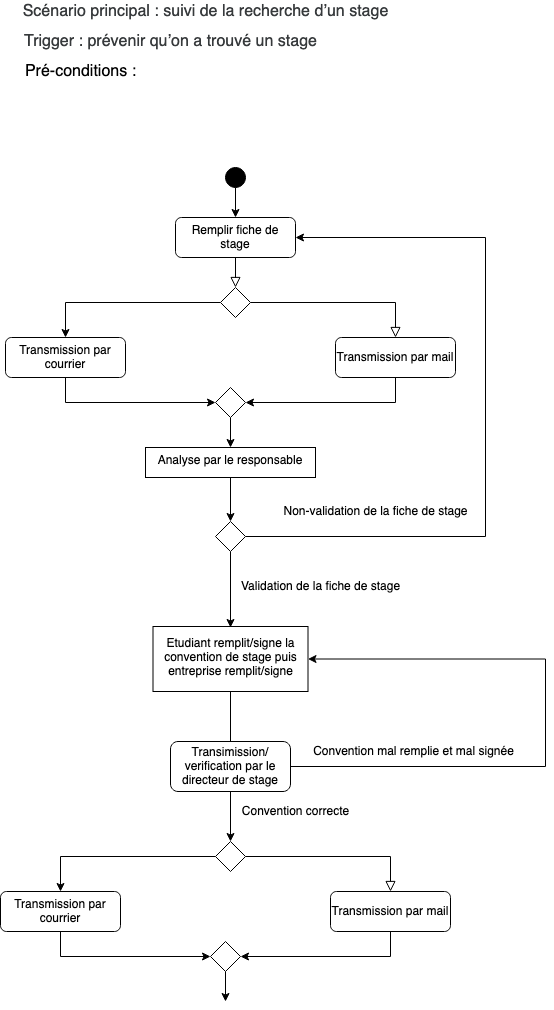
Above: scenario.drawio.png in adamspd/outils-ingenierie (draw.io), before the change. Source tidied: cells renumbered, new cells last; positions are measured from the earlier drawing's top-left corner, leaving out a move shared by most shapes.
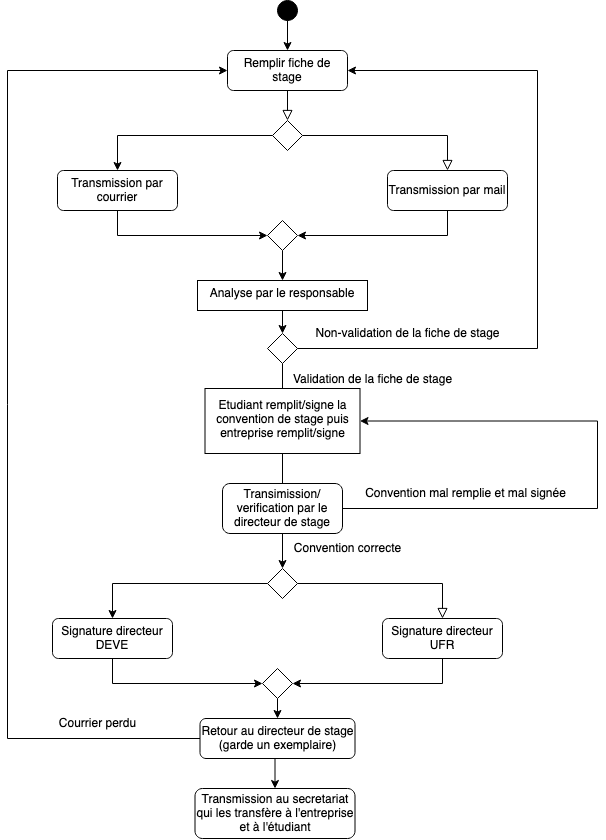
After the change.

What changed in the source:
```diff
@@ -6,7 +6,7 @@
       <mxGeometry relative="1" as="geometry" />
     </mxCell>
     <mxCell id="3" value="Remplir fiche de stage" style="rounded=1;whiteSpace=wrap;html=1;fontSize=12;glass=0;strokeWidth=1;shadow=0;" parent="1" vertex="1">
-      <mxGeometry x="175" y="216" width="120" height="40" as="geometry" />
+      <mxGeometry x="175" y="237" width="120" height="40" as="geometry" />
     </mxCell>
     <mxCell id="4" style="edgeStyle=orthogonalEdgeStyle;rounded=0;html=1;jettySize=auto;fontSize=11;endArrow=block;endFill=0;endSize=8;strokeWidth=1;shadow=0;labelBackgroundColor=none;" parent="1" edge="1" source="6" target="8">
       <mxGeometry y="10" relative="1" as="geometry" />
@@ -14,43 +14,43 @@
     <mxCell id="5" style="edgeStyle=orthogonalEdgeStyle;rounded=0;jettySize=auto;html=1;entryX=0.5;entryY=0;entryDx=0;entryDy=0;" parent="1" edge="1" source="6" target="12">
       <mxGeometry relative="1" as="geometry">
         <Array as="points">
-          <mxPoint x="65" y="301" />
+          <mxPoint x="65" y="322" />
         </Array>
       </mxGeometry>
     </mxCell>
     <mxCell id="6" style="rhombus;whiteSpace=wrap;html=1;shadow=0;fontFamily=Helvetica;fontSize=12;align=center;strokeWidth=1;spacing=6;spacingTop=-4;" parent="1" vertex="1">
-      <mxGeometry x="220" y="286" width="30" height="30" as="geometry" />
+      <mxGeometry x="220" y="307" width="30" height="30" as="geometry" />
     </mxCell>
     <mxCell id="7" style="edgeStyle=orthogonalEdgeStyle;rounded=0;jettySize=auto;html=1;exitX=0.5;exitY=1;exitDx=0;exitDy=0;entryX=1;entryY=0.5;entryDx=0;entryDy=0;" parent="1" edge="1" source="8" target="14">
       <mxGeometry relative="1" as="geometry" />
     </mxCell>
     <mxCell id="8" value="Transmission par mail" style="rounded=1;whiteSpace=wrap;html=1;fontSize=12;glass=0;strokeWidth=1;shadow=0;" parent="1" vertex="1">
-      <mxGeometry x="335" y="336" width="120" height="40" as="geometry" />
+      <mxGeometry x="335" y="357" width="120" height="40" as="geometry" />
     </mxCell>
     <mxCell id="9" style="edgeStyle=orthogonalEdgeStyle;rounded=0;jettySize=auto;html=1;" parent="1" edge="1" source="10" target="3">
       <mxGeometry relative="1" as="geometry" />
     </mxCell>
     <mxCell id="10" style="ellipse;whiteSpace=wrap;html=1;rounded=1;shadow=0;strokeWidth=1;glass=0;fillColor=#000000;" parent="1" vertex="1">
-      <mxGeometry x="225" y="166" width="20" height="20" as="geometry" />
+      <mxGeometry x="225" y="187" width="20" height="20" as="geometry" />
     </mxCell>
     <mxCell id="11" style="edgeStyle=orthogonalEdgeStyle;rounded=0;jettySize=auto;html=1;exitX=0.5;exitY=1;exitDx=0;exitDy=0;entryX=0;entryY=0.5;entryDx=0;entryDy=0;" parent="1" edge="1" source="12" target="14">
       <mxGeometry relative="1" as="geometry" />
     </mxCell>
     <mxCell id="12" value="Transmission par courrier" style="rounded=1;whiteSpace=wrap;html=1;fontSize=12;glass=0;strokeWidth=1;shadow=0;" parent="1" vertex="1">
-      <mxGeometry x="5" y="336" width="120" height="40" as="geometry" />
+      <mxGeometry x="5" y="357" width="120" height="40" as="geometry" />
     </mxCell>
     <mxCell id="13" style="edgeStyle=orthogonalEdgeStyle;rounded=0;jettySize=auto;html=1;fontSize=12;" parent="1" edge="1" source="14" target="25">
       <mxGeometry relative="1" as="geometry" />
     </mxCell>
     <mxCell id="14" style="rhombus;whiteSpace=wrap;html=1;shadow=0;fontFamily=Helvetica;fontSize=12;align=center;strokeWidth=1;spacing=6;spacingTop=-4;" parent="1" vertex="1">
-      <mxGeometry x="215" y="386" width="30" height="30" as="geometry" />
+      <mxGeometry x="215" y="407" width="30" height="30" as="geometry" />
     </mxCell>
     <mxCell id="15" style="edgeStyle=orthogonalEdgeStyle;rounded=0;jettySize=auto;html=1;exitX=1;exitY=0.5;exitDx=0;exitDy=0;entryX=1;entryY=0.5;entryDx=0;entryDy=0;" parent="1" edge="1" target="3">
       <mxGeometry relative="1" as="geometry">
         <mxPoint x="245" y="535" as="sourcePoint" />
         <Array as="points">
           <mxPoint x="485" y="535" />
-          <mxPoint x="485" y="236" />
+          <mxPoint x="485" y="257" />
         </Array>
       </mxGeometry>
     </mxCell>
@@ -63,37 +63,28 @@
       <mxGeometry x="215" y="520" width="30" height="30" as="geometry" />
     </mxCell>
     <mxCell id="18" value="&lt;div&gt;Non-validation de la fiche de stage &lt;br&gt;&lt;/div&gt;" style="text;html=1;align=center;verticalAlign=middle;strokeColor=none;fillColor=none;" parent="1" vertex="1">
-      <mxGeometry x="275" y="500" width="200" height="20" as="geometry" />
+      <mxGeometry x="255" y="510" width="200" height="20" as="geometry" />
     </mxCell>
-    <mxCell id="19" value="&lt;font style=&quot;font-size: 18px&quot;&gt;&lt;span style=&quot;font-size: 12pt ; font-family: &amp;#34;roboto&amp;#34; , sans-serif ; color: rgb(55 , 58 , 60) ; background-color: transparent ; font-weight: 400 ; font-style: normal ; font-variant: normal ; text-decoration: none ; vertical-align: baseline&quot; id=&quot;docs-internal-guid-2315f3f0-7fff-ca5e-1ef0-04142d9a7859&quot;&gt;Scénario principal : suivi de la recherche d’un stage&lt;/span&gt;&lt;/font&gt;" style="text;html=1;align=center;verticalAlign=middle;strokeColor=none;fillColor=none;" parent="1" vertex="1">
-      <mxGeometry x="15" width="380" height="20" as="geometry" />
-    </mxCell>
-    <mxCell id="20" value="&lt;font style=&quot;font-size: 18px&quot;&gt;&lt;span style=&quot;font-size: 12pt ; font-family: &amp;#34;roboto&amp;#34; , sans-serif ; color: rgb(55 , 58 , 60) ; background-color: transparent ; font-weight: 400 ; font-style: normal ; font-variant: normal ; text-decoration: none ; vertical-align: baseline&quot; id=&quot;docs-internal-guid-c45b90e8-7fff-4aa6-fac8-b19dbd367f1d&quot;&gt;Trigger : prévenir qu’on a trouvé un stage&lt;/span&gt;&lt;/font&gt;" style="text;html=1;align=center;verticalAlign=middle;strokeColor=none;fillColor=none;" parent="1" vertex="1">
-      <mxGeometry x="15" y="30" width="310" height="20" as="geometry" />
-    </mxCell>
-    <mxCell id="21" value="&lt;font size=&quot;3&quot;&gt;Pré-conditions : &lt;br&gt;&lt;/font&gt;" style="text;html=1;align=center;verticalAlign=middle;strokeColor=none;fillColor=none;" parent="1" vertex="1">
-      <mxGeometry x="15" y="60" width="130" height="20" as="geometry" />
-    </mxCell>
     <mxCell id="22" value="Etudiant remplit/signe la convention de stage puis entreprise remplit/signe" style="whiteSpace=wrap;html=1;shadow=0;strokeWidth=1;spacing=6;spacingTop=-4;" parent="1" vertex="1">
-      <mxGeometry x="152.5" y="625" width="155" height="65" as="geometry" />
+      <mxGeometry x="152.5" y="575" width="155" height="65" as="geometry" />
     </mxCell>
     <mxCell id="23" value="&lt;div&gt;Validation de la fiche de stage &lt;br&gt;&lt;/div&gt;" style="text;html=1;align=center;verticalAlign=middle;strokeColor=none;fillColor=none;" parent="1" vertex="1">
-      <mxGeometry x="235" y="575" width="170" height="20" as="geometry" />
+      <mxGeometry x="235" y="556" width="170" height="20" as="geometry" />
     </mxCell>
     <mxCell id="24" style="edgeStyle=orthogonalEdgeStyle;rounded=0;jettySize=auto;html=1;exitX=0.5;exitY=1;exitDx=0;exitDy=0;entryX=0.5;entryY=0;entryDx=0;entryDy=0;fontSize=12;" parent="1" edge="1" source="25" target="17">
       <mxGeometry relative="1" as="geometry" />
     </mxCell>
     <mxCell id="25" value="Analyse par le responsable" style="whiteSpace=wrap;html=1;shadow=0;strokeWidth=1;spacing=6;spacingTop=-4;" parent="1" vertex="1">
-      <mxGeometry x="145" y="446" width="170" height="30" as="geometry" />
+      <mxGeometry x="145" y="467" width="170" height="30" as="geometry" />
     </mxCell>
     <mxCell id="26" style="edgeStyle=orthogonalEdgeStyle;rounded=0;orthogonalLoop=1;jettySize=auto;html=1;exitX=0.5;exitY=1;exitDx=0;exitDy=0;fontSize=12;" parent="1" edge="1">
       <mxGeometry relative="1" as="geometry">
-        <mxPoint x="230" y="690" as="sourcePoint" />
-        <mxPoint x="230" y="750" as="targetPoint" />
+        <mxPoint x="230" y="640" as="sourcePoint" />
+        <mxPoint x="230" y="700" as="targetPoint" />
       </mxGeometry>
     </mxCell>
     <mxCell id="27" value="Convention mal remplie et mal signée" style="text;html=1;align=center;verticalAlign=middle;strokeColor=none;fillColor=none;fontSize=12;" parent="1" vertex="1">
-      <mxGeometry x="302.5" y="740" width="220" height="20" as="geometry" />
+      <mxGeometry x="302.5" y="670" width="220" height="20" as="geometry" />
     </mxCell>
     <mxCell id="28" style="edgeStyle=orthogonalEdgeStyle;rounded=0;html=1;jettySize=auto;fontSize=11;endArrow=block;endFill=0;endSize=8;strokeWidth=1;shadow=0;labelBackgroundColor=none;" parent="1" edge="1" source="30" target="32">
       <mxGeometry y="10" relative="1" as="geometry" />
@@ -101,32 +92,30 @@
     <mxCell id="29" style="edgeStyle=orthogonalEdgeStyle;rounded=0;jettySize=auto;html=1;entryX=0.5;entryY=0;entryDx=0;entryDy=0;" parent="1" edge="1" source="30" target="34">
       <mxGeometry relative="1" as="geometry">
         <Array as="points">
-          <mxPoint x="60" y="855" />
+          <mxPoint x="60" y="770" />
         </Array>
       </mxGeometry>
     </mxCell>
     <mxCell id="30" style="rhombus;whiteSpace=wrap;html=1;shadow=0;fontFamily=Helvetica;fontSize=12;align=center;strokeWidth=1;spacing=6;spacingTop=-4;" parent="1" vertex="1">
-      <mxGeometry x="215" y="840" width="30" height="30" as="geometry" />
+      <mxGeometry x="215" y="755" width="30" height="30" as="geometry" />
     </mxCell>
     <mxCell id="31" style="edgeStyle=orthogonalEdgeStyle;rounded=0;jettySize=auto;html=1;exitX=0.5;exitY=1;exitDx=0;exitDy=0;entryX=1;entryY=0.5;entryDx=0;entryDy=0;" parent="1" edge="1" source="32" target="36">
       <mxGeometry relative="1" as="geometry" />
     </mxCell>
-    <mxCell id="32" value="Transmission par mail" style="rounded=1;whiteSpace=wrap;html=1;fontSize=12;glass=0;strokeWidth=1;shadow=0;" parent="1" vertex="1">
-      <mxGeometry x="330" y="890" width="120" height="40" as="geometry" />
+    <mxCell id="32" value="Signature directeur UFR" style="rounded=1;whiteSpace=wrap;html=1;fontSize=12;glass=0;strokeWidth=1;shadow=0;" parent="1" vertex="1">
+      <mxGeometry x="330" y="805" width="120" height="40" as="geometry" />
     </mxCell>
     <mxCell id="33" style="edgeStyle=orthogonalEdgeStyle;rounded=0;jettySize=auto;html=1;exitX=0.5;exitY=1;exitDx=0;exitDy=0;entryX=0;entryY=0.5;entryDx=0;entryDy=0;" parent="1" edge="1" source="34" target="36">
       <mxGeometry relative="1" as="geometry" />
     </mxCell>
-    <mxCell id="34" value="Transmission par courrier" style="rounded=1;whiteSpace=wrap;html=1;fontSize=12;glass=0;strokeWidth=1;shadow=0;" parent="1" vertex="1">
-      <mxGeometry y="890" width="120" height="40" as="geometry" />
+    <mxCell id="34" value="Signature directeur DEVE" style="rounded=1;whiteSpace=wrap;html=1;fontSize=12;glass=0;strokeWidth=1;shadow=0;" parent="1" vertex="1">
+      <mxGeometry y="805" width="120" height="40" as="geometry" />
     </mxCell>
-    <mxCell id="35" style="edgeStyle=orthogonalEdgeStyle;rounded=0;jettySize=auto;html=1;fontSize=12;" parent="1" edge="1" source="36">
-      <mxGeometry relative="1" as="geometry">
-        <mxPoint x="225" y="1000" as="targetPoint" />
-      </mxGeometry>
-    </mxCell>
+    <mxCell id="41" style="edgeStyle=orthogonalEdgeStyle;rounded=0;jettySize=auto;html=1;exitX=0.5;exitY=1;exitDx=0;exitDy=0;entryX=0.5;entryY=0;entryDx=0;entryDy=0;fontSize=12;" parent="1" edge="1" source="36" target="44">
+      <mxGeometry relative="1" as="geometry" />
+    </mxCell>
     <mxCell id="36" style="rhombus;whiteSpace=wrap;html=1;shadow=0;fontFamily=Helvetica;fontSize=12;align=center;strokeWidth=1;spacing=6;spacingTop=-4;" parent="1" vertex="1">
-      <mxGeometry x="210" y="940" width="30" height="30" as="geometry" />
+      <mxGeometry x="210" y="855" width="30" height="30" as="geometry" />
     </mxCell>
     <mxCell id="37" style="edgeStyle=orthogonalEdgeStyle;rounded=0;jettySize=auto;html=1;exitX=0.5;exitY=1;exitDx=0;exitDy=0;entryX=0.5;entryY=0;entryDx=0;entryDy=0;fontSize=12;" parent="1" edge="1" source="39" target="30">
       <mxGeometry relative="1" as="geometry" />
@@ -134,16 +123,36 @@
     <mxCell id="38" style="edgeStyle=orthogonalEdgeStyle;rounded=0;jettySize=auto;html=1;exitX=1;exitY=0.5;exitDx=0;exitDy=0;fontSize=12;entryX=1;entryY=0.5;entryDx=0;entryDy=0;" parent="1" edge="1" source="39" target="22">
       <mxGeometry relative="1" as="geometry">
         <Array as="points">
-          <mxPoint x="545" y="765" />
-          <mxPoint x="545" y="658" />
+          <mxPoint x="545" y="695" />
+          <mxPoint x="545" y="608" />
         </Array>
       </mxGeometry>
     </mxCell>
     <mxCell id="39" value="Transimission/ verification par le directeur de stage" style="rounded=1;whiteSpace=wrap;html=1;fontSize=12;glass=0;strokeWidth=1;shadow=0;" parent="1" vertex="1">
-      <mxGeometry x="170" y="740" width="120" height="50" as="geometry" />
+      <mxGeometry x="170" y="670" width="120" height="50" as="geometry" />
     </mxCell>
     <mxCell id="40" value="Convention correcte" style="text;html=1;align=center;verticalAlign=middle;strokeColor=none;fillColor=none;fontSize=12;" parent="1" vertex="1">
-      <mxGeometry x="235" y="800" width="120" height="20" as="geometry" />
+      <mxGeometry x="235" y="725" width="120" height="20" as="geometry" />
     </mxCell>
+    <mxCell id="42" style="edgeStyle=orthogonalEdgeStyle;rounded=0;jettySize=auto;html=1;exitX=0.5;exitY=1;exitDx=0;exitDy=0;entryX=0.5;entryY=0;entryDx=0;entryDy=0;fontSize=12;" parent="1" edge="1" source="44" target="45">
+      <mxGeometry relative="1" as="geometry" />
+    </mxCell>
+    <mxCell id="43" style="edgeStyle=orthogonalEdgeStyle;rounded=0;jettySize=auto;html=1;exitX=0;exitY=0.5;exitDx=0;exitDy=0;entryX=0;entryY=0.5;entryDx=0;entryDy=0;fontSize=12;" parent="1" edge="1" source="44" target="3">
+      <mxGeometry relative="1" as="geometry">
+        <Array as="points">
+          <mxPoint x="-45" y="925" />
+          <mxPoint x="-45" y="257" />
+        </Array>
+      </mxGeometry>
+    </mxCell>
+    <mxCell id="44" value="Retour au directeur de stage (garde un exemplaire)" style="rounded=1;whiteSpace=wrap;html=1;fontSize=12;glass=0;strokeWidth=1;shadow=0;" parent="1" vertex="1">
+      <mxGeometry x="147.5" y="905" width="155" height="40" as="geometry" />
+    </mxCell>
+    <mxCell id="45" value="Transmission au secretariat qui les transfère à l'entreprise et à l'étudiant" style="rounded=1;whiteSpace=wrap;html=1;fontSize=12;glass=0;strokeWidth=1;shadow=0;" parent="1" vertex="1">
+      <mxGeometry x="142.5" y="975" width="160" height="50" as="geometry" />
+    </mxCell>
+    <mxCell id="46" value="&lt;div&gt;Courrier perdu&lt;/div&gt;" style="text;html=1;align=center;verticalAlign=middle;strokeColor=none;fillColor=none;fontSize=12;" parent="1" vertex="1">
+      <mxGeometry y="900" width="90" height="20" as="geometry" />
+    </mxCell>
   </root>
 </mxGraphModel>
```
